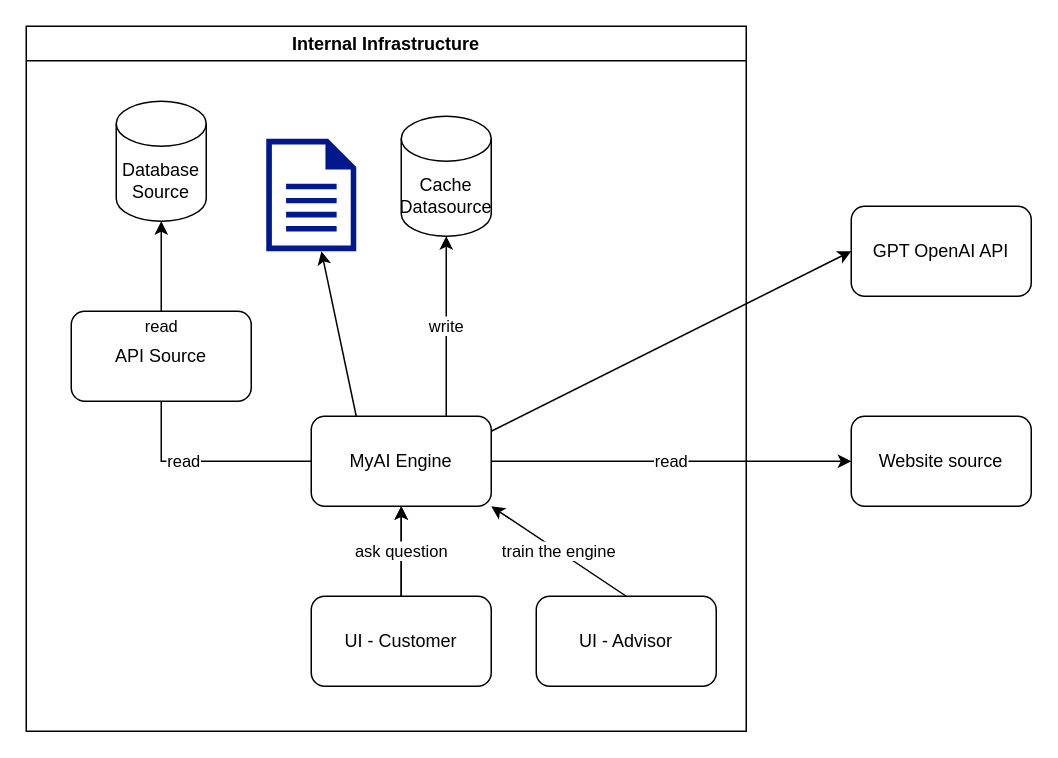
Above: page "Page-2" (2 of 2) of src/app/app-invest-advisor-v2/diagram/draft.drawio in joeycmlam/njstool (draw.io), before the change. Source tidied: cells renumbered, new cells numbered last; positions are measured from the earlier drawing's top-left corner, leaving out a move shared by most shapes. Both pictures are drawn from the tidied source at 150%, with x=0, y=0 at pixel (26, 26).
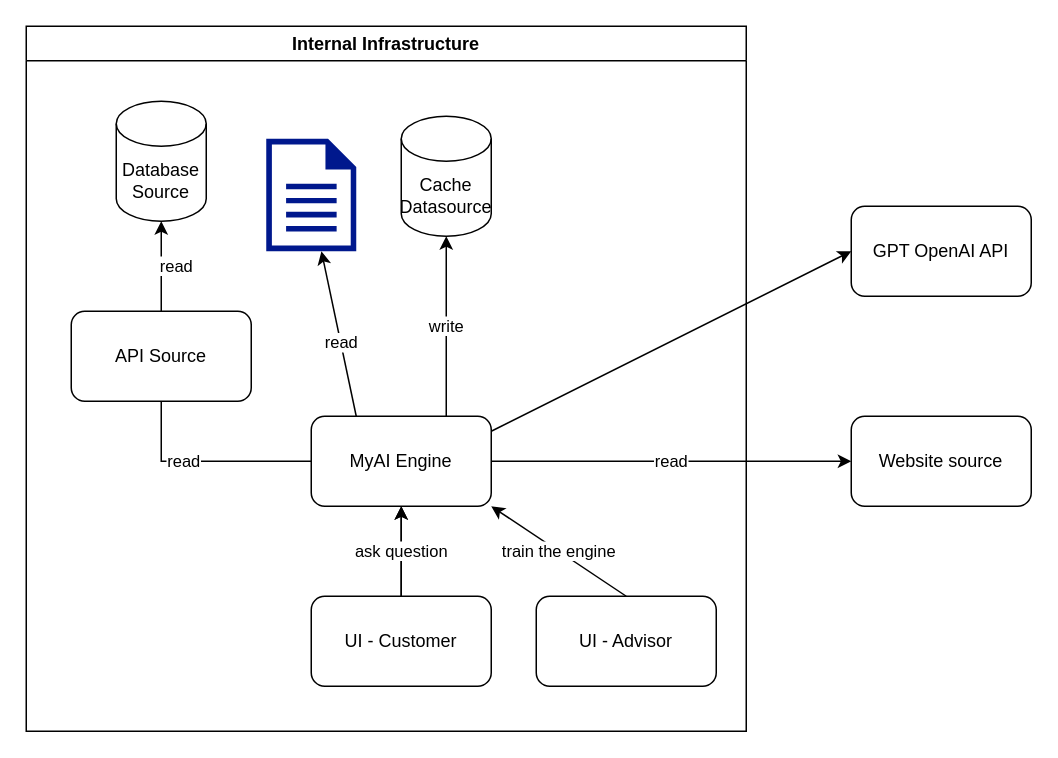
The same diagram, later.

Unchanged cells that the change refers to:
```xml
<mxCell id="9" value="Internal Infrastructure" style="swimlane;whiteSpace=wrap;html=1;" parent="1" vertex="1">
  <mxGeometry width="480" height="470" as="geometry" />
</mxCell>
<mxCell id="12" value="API Source" style="rounded=1;whiteSpace=wrap;html=1;" parent="9" vertex="1">
  <mxGeometry x="30" y="190" width="120" height="60" as="geometry" />
</mxCell>
<mxCell id="13" value="Database Source" style="shape=cylinder3;whiteSpace=wrap;html=1;boundedLbl=1;backgroundOutline=1;size=15;" parent="9" vertex="1">
  <mxGeometry x="60" y="50" width="60" height="80" as="geometry" />
</mxCell>
<mxCell id="20" style="endArrow=classic;html=1;rounded=0;exitX=0.25;exitY=0;exitDx=0;exitDy=0;" parent="1" edge="1" source="3">
  <mxGeometry relative="1" as="geometry">
    <mxPoint x="196.8" y="150" as="targetPoint" />
  </mxGeometry>
</mxCell>
```

Change to the diagram source:
```diff
@@
     <mxCell id="14" value="read" style="endArrow=classic;html=1;rounded=0;" parent="9" edge="1" source="12" target="13">
-      <mxGeometry x="-1" y="-10" relative="1" as="geometry">
-        <mxPoint x="-10" y="10" as="offset" />
-      </mxGeometry>
+      <mxGeometry y="-10" relative="1" as="geometry" />
     </mxCell>
@@
+    <mxCell id="21" value="read" style="edgeLabel;html=1;align=center;verticalAlign=middle;" parent="20" vertex="1">
+      <mxGeometry x="-0.09" relative="1" as="geometry" />
+    </mxCell>
```
